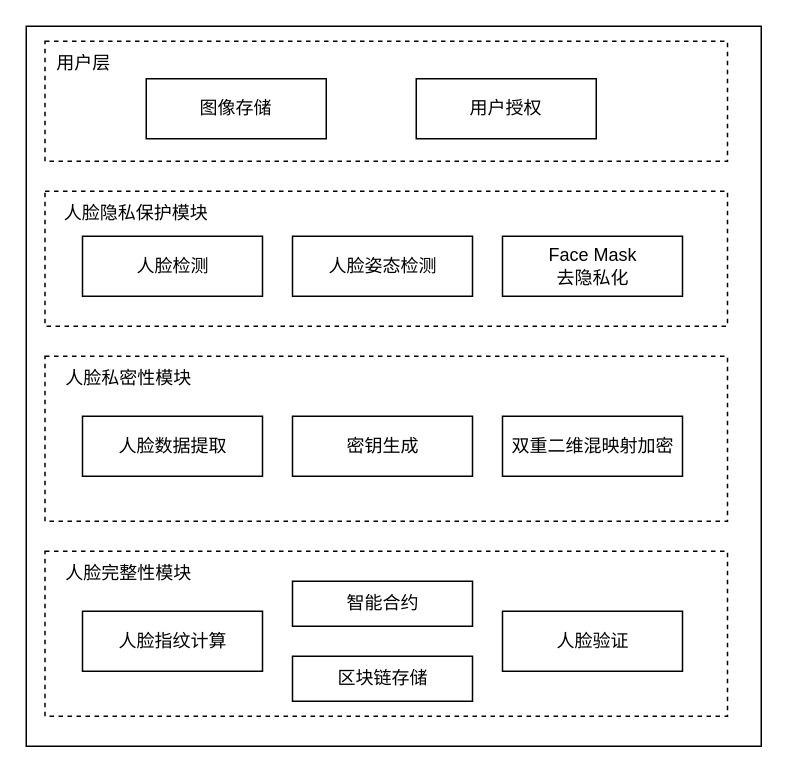
This is page "总体架构" (1 of 5) of face-chain/facechain.drawio from FadingLight9291117/draw.io, a draw.io file, before an edit. Source tidied: cells renumbered, new cells numbered last; positions are measured from the earlier drawing's top-left corner, leaving out a move shared by most shapes. Both pictures are drawn from the tidied source at 150%, with x=0, y=0 at pixel (26, 26).
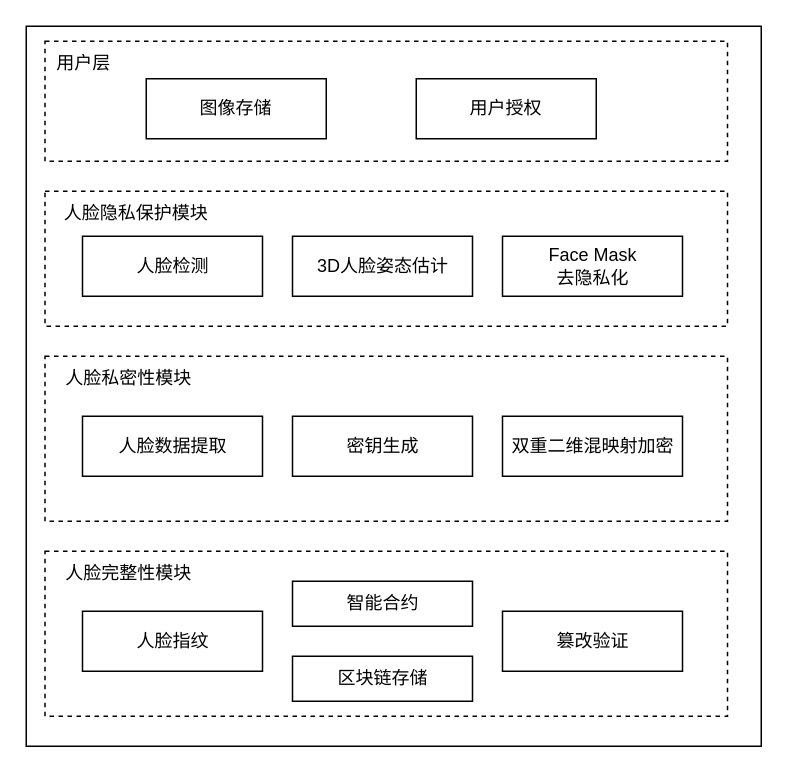
After the change.

Change to the diagram source:
```diff
@@
-    <mxCell id="14" value="人脸指纹计算" style="rounded=0;whiteSpace=wrap;html=1;fillColor=default;" parent="1" vertex="1">
+    <mxCell id="14" value="人脸指纹" style="rounded=0;whiteSpace=wrap;html=1;fillColor=default;" parent="1" vertex="1">
       <mxGeometry x="37.5" y="390" width="120" height="40" as="geometry" />
     </mxCell>
@@
-    <mxCell id="20" value="人脸姿态检测" style="rounded=0;whiteSpace=wrap;html=1;fillColor=default;" parent="1" vertex="1">
+    <mxCell id="20" value="3D人脸姿态估计" style="rounded=0;whiteSpace=wrap;html=1;fillColor=default;" parent="1" vertex="1">
       <mxGeometry x="177.5" y="140" width="120" height="40" as="geometry" />
     </mxCell>
@@
-    <mxCell id="22" value="人脸验证" style="rounded=0;whiteSpace=wrap;html=1;fillColor=default;" parent="1" vertex="1">
+    <mxCell id="22" value="篡改验证" style="rounded=0;whiteSpace=wrap;html=1;fillColor=default;" parent="1" vertex="1">
       <mxGeometry x="317.5" y="390" width="120" height="40" as="geometry" />
     </mxCell>
```
